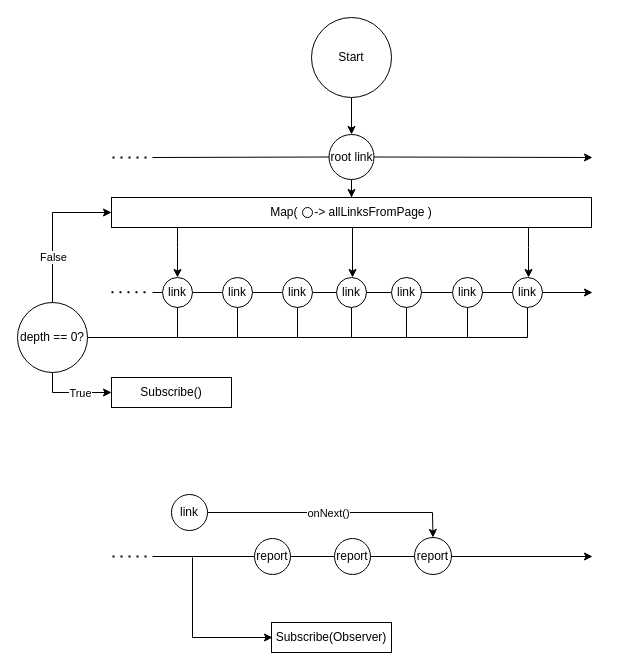
This is page "rx" (3 of 3) of Diagramma senza titolo.drawio from zucchero-sintattico/PCD-ASS02-23-24, a draw.io file, before an edit. Source tidied: cells renumbered, new cells numbered last; positions are measured from the earlier drawing's top-left corner, leaving out a move shared by most shapes. Both pictures are drawn from the tidied source at 100%, with x=0, y=0 at pixel (17, 17).
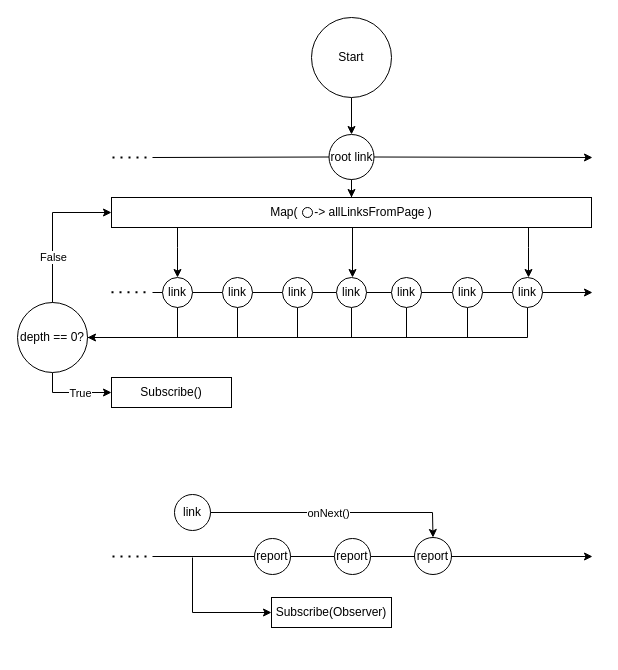
Above is the later version.

Unchanged cells that the change refers to:
```xml
<mxCell id="32" value="link" style="ellipse;whiteSpace=wrap;html=1;" parent="1" vertex="1">
  <mxGeometry x="435" y="260" width="30" height="30" as="geometry" />
</mxCell>
<mxCell id="37" value="depth == 0?" style="ellipse;whiteSpace=wrap;html=1;" parent="1" vertex="1">
  <mxGeometry y="285" width="70" height="70" as="geometry" />
</mxCell>
```

Diff of the diagram source:
```diff
@@
-    <mxCell id="31" style="edgeStyle=orthogonalEdgeStyle;rounded=0;jettySize=auto;html=1;endArrow=none;endFill=0;" parent="1" edge="1" source="32">
+    <mxCell id="31" style="edgeStyle=orthogonalEdgeStyle;rounded=0;jettySize=auto;html=1;endArrow=classic;endFill=1;entryX=1;entryY=0.5;entryDx=0;entryDy=0;" parent="1" edge="1" source="32" target="37">
       <mxGeometry relative="1" as="geometry">
-        <mxPoint x="35" y="320" as="targetPoint" />
         <Array as="points">
           <mxPoint x="450" y="320" />
         </Array>
       </mxGeometry>
     </mxCell>
@@
-    <mxCell id="49" style="endArrow=classic;html=1;rounded=0;" parent="1" edge="1">
+    <mxCell id="49" style="endArrow=classic;html=1;rounded=0;entryX=0;entryY=0.5;entryDx=0;entryDy=0;" parent="1" edge="1" target="50">
       <mxGeometry relative="1" as="geometry">
         <mxPoint x="175" y="540" as="sourcePoint" />
-        <mxPoint x="255" y="620" as="targetPoint" />
         <Array as="points">
-          <mxPoint x="175" y="620" />
+          <mxPoint x="175" y="595" />
         </Array>
       </mxGeometry>
     </mxCell>
     <mxCell id="50" value="Subscribe(Observer)" style="rounded=0;whiteSpace=wrap;html=1;" parent="1" vertex="1">
-      <mxGeometry x="254" y="605" width="120" height="30" as="geometry" />
+      <mxGeometry x="254" y="580" width="120" height="30" as="geometry" />
     </mxCell>
     <mxCell id="51" value="link" style="ellipse;whiteSpace=wrap;html=1;" parent="1" vertex="1">
-      <mxGeometry x="154" y="477" width="36" height="36" as="geometry" />
+      <mxGeometry x="157" y="477" width="36" height="36" as="geometry" />
     </mxCell>
```
